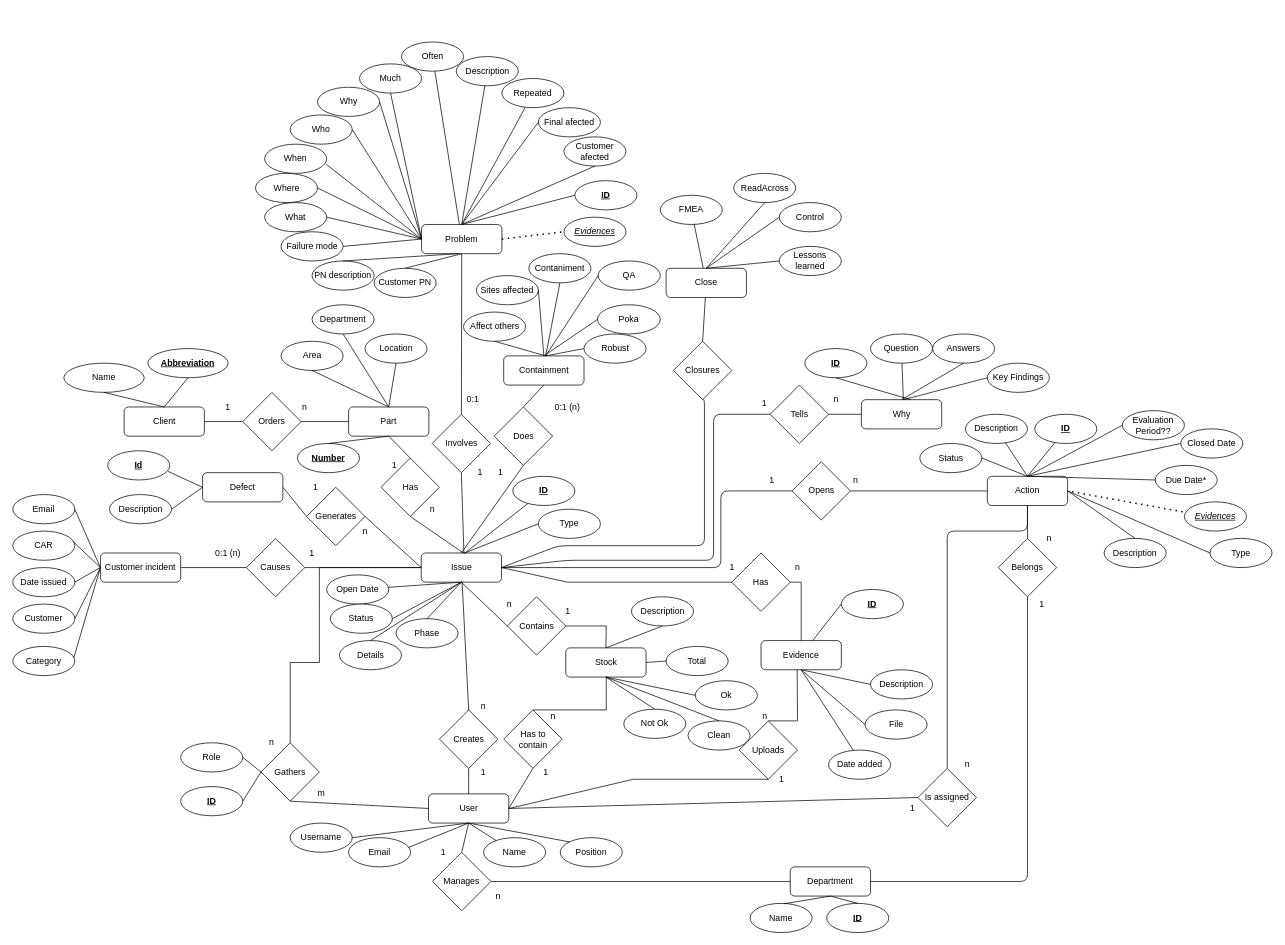
The draw.io diagram api/db/model/EntityRelationshipDiagram.drawio in FFahrenheit/ScrapActionListAPI, before the edit. Source tidied: cells renumbered, new cells numbered last; positions are measured from the earlier drawing's top-left corner, leaving out a move shared by most shapes. Both pictures are drawn from the tidied source at 73%, with x=0, y=0 at pixel (12, 42).
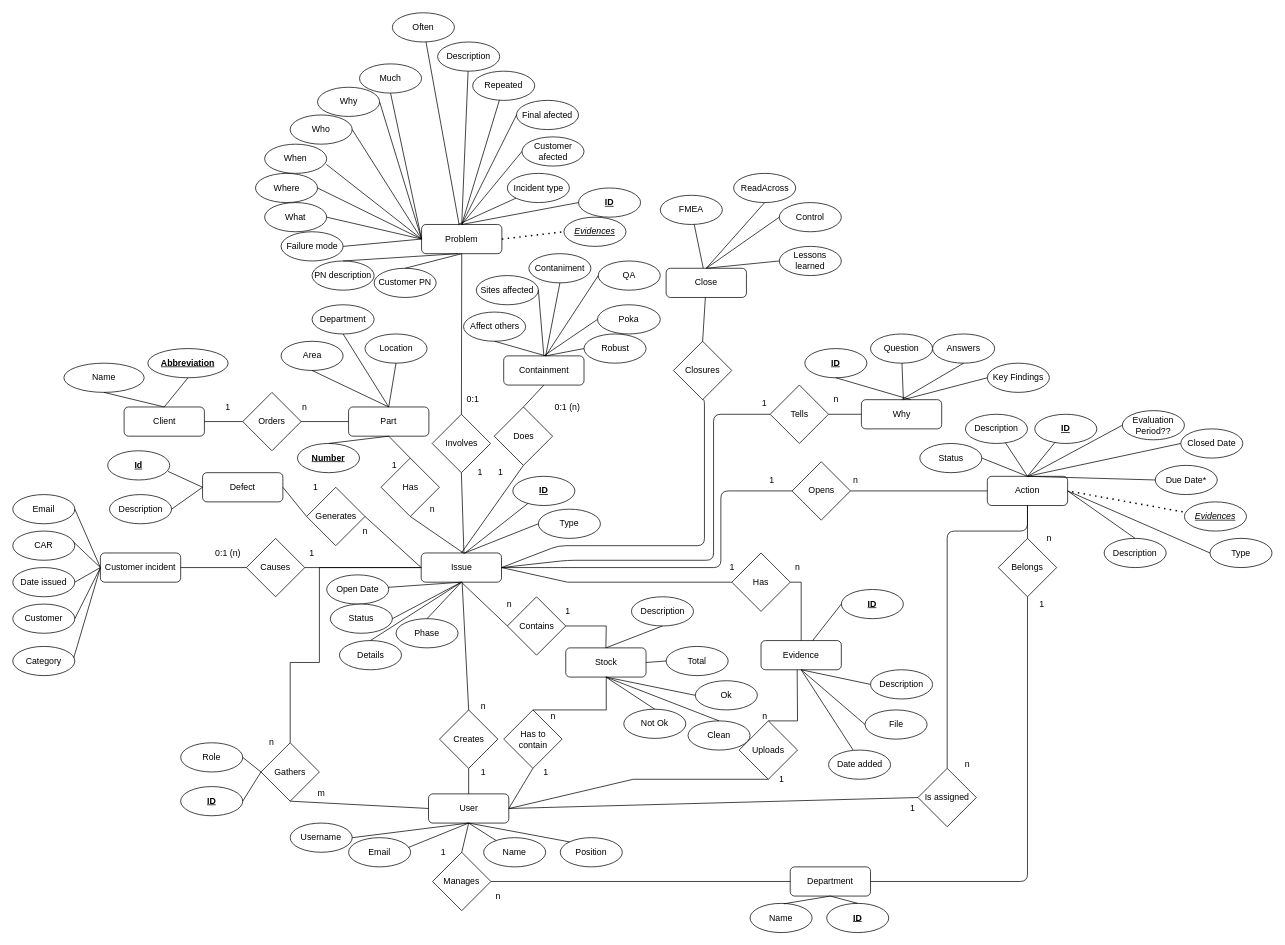
The same diagram, later.

Unchanged cells that the change refers to:
```xml
<mxCell id="119" value="Problem" style="rounded=1;whiteSpace=wrap;html=1;" parent="1" vertex="1">
  <mxGeometry x="560" y="250" width="110" height="40" as="geometry" />
</mxCell>
```

Diff of the diagram source:
```diff
@@
     <mxCell id="130" value="Often" style="ellipse;whiteSpace=wrap;html=1;" parent="1" vertex="1">
-      <mxGeometry x="532.5" width="85" height="40" as="geometry" />
+      <mxGeometry x="520" y="-40" width="85" height="40" as="geometry" />
     </mxCell>
     <mxCell id="131" value="Description" style="ellipse;whiteSpace=wrap;html=1;" parent="1" vertex="1">
-      <mxGeometry x="607.5" y="20" width="85" height="40" as="geometry" />
+      <mxGeometry x="582" width="85" height="40" as="geometry" />
     </mxCell>
     <mxCell id="132" value="Repeated" style="ellipse;whiteSpace=wrap;html=1;" parent="1" vertex="1">
-      <mxGeometry x="670" y="50" width="85" height="40" as="geometry" />
+      <mxGeometry x="630" y="40" width="85" height="40" as="geometry" />
     </mxCell>
     <mxCell id="133" value="Final afected" style="ellipse;whiteSpace=wrap;html=1;" parent="1" vertex="1">
-      <mxGeometry x="720" y="90" width="85" height="40" as="geometry" />
+      <mxGeometry x="690" y="80" width="85" height="40" as="geometry" />
     </mxCell>
     <mxCell id="134" value="Customer afected" style="ellipse;whiteSpace=wrap;html=1;" parent="1" vertex="1">
-      <mxGeometry x="755" y="130" width="85" height="40" as="geometry" />
+      <mxGeometry x="697.5" y="130" width="85" height="40" as="geometry" />
     </mxCell>
@@
-    <mxCell id="148" style="endArrow=none;html=1;rounded=0;entryX=0.5;entryY=1;entryDx=0;entryDy=0;exitX=0.5;exitY=0;exitDx=0;exitDy=0;" parent="1" edge="1" source="119" target="134">
+    <mxCell id="148" style="endArrow=none;html=1;rounded=0;entryX=0;entryY=0.5;entryDx=0;entryDy=0;exitX=0.5;exitY=0;exitDx=0;exitDy=0;" parent="1" edge="1" source="119" target="134">
       <mxGeometry relative="1" as="geometry" />
     </mxCell>
@@
     <mxCell id="154" value="&lt;b&gt;&lt;u&gt;ID&lt;/u&gt;&lt;/b&gt;" style="ellipse;whiteSpace=wrap;html=1;" parent="1" vertex="1">
-      <mxGeometry x="770" y="190" width="85" height="40" as="geometry" />
+      <mxGeometry x="775" y="200" width="85" height="40" as="geometry" />
     </mxCell>
@@
+    <mxCell id="254" value="Incident type" style="ellipse;whiteSpace=wrap;html=1;" parent="1" vertex="1">
+      <mxGeometry x="677.5" y="180" width="85" height="40" as="geometry" />
+    </mxCell>
+    <mxCell id="255" style="endArrow=none;html=1;rounded=0;" parent="1" edge="1" target="254">
+      <mxGeometry relative="1" as="geometry">
+        <mxPoint x="610" y="250" as="sourcePoint" />
+      </mxGeometry>
+    </mxCell>
```
